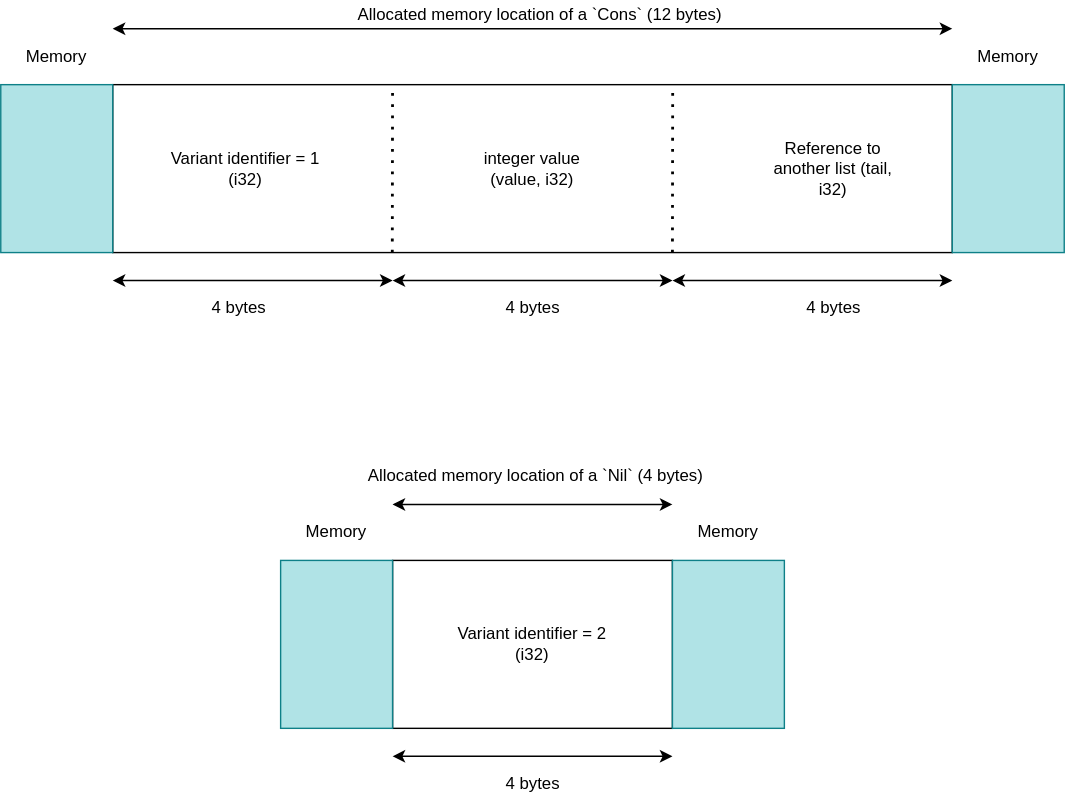
Earlier version of the draw.io export docs/img/memory_example_list.svg (balacij/CS6TB3-Final-Project). Source tidied: cells renumbered, new cells last; positions are measured from the earlier drawing's top-left corner, leaving out a move shared by most shapes.
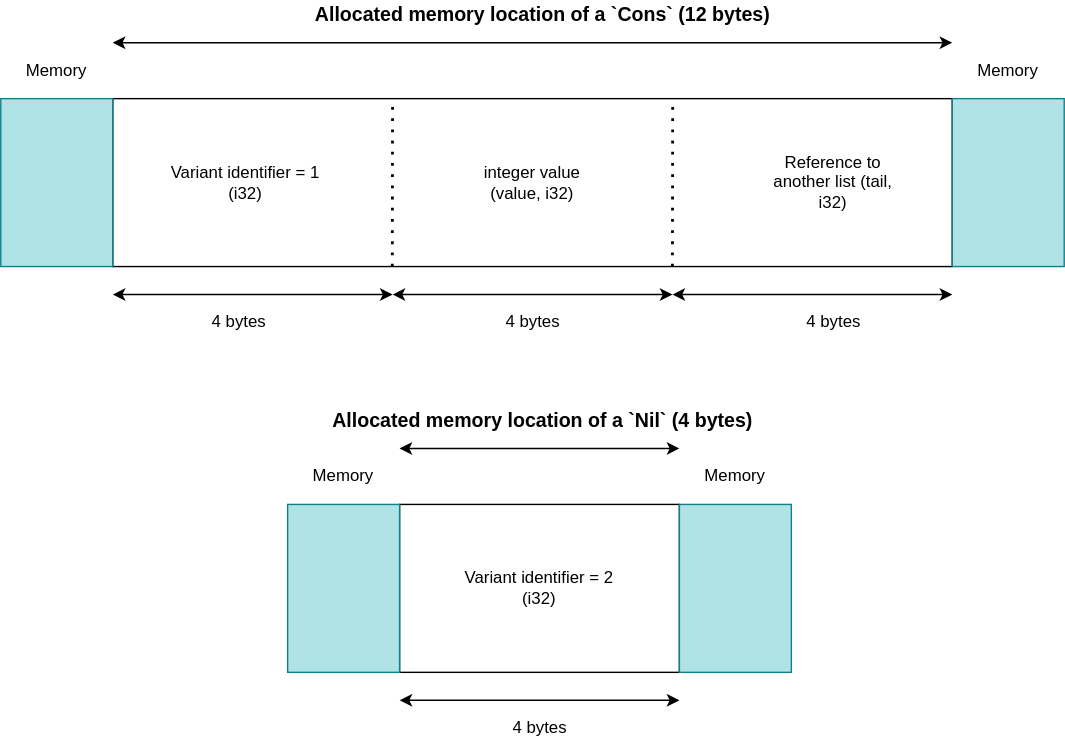
The same file after the commit.

Change to the diagram source:
```diff
@@ -32,8 +32,8 @@
         <mxPoint x="680" y="20" as="targetPoint" />
       </mxGeometry>
     </mxCell>
-    <mxCell id="10" value="Allocated memory location of a `Cons` (12 bytes)" style="text;html=1;strokeColor=none;fillColor=none;align=center;verticalAlign=middle;whiteSpace=wrap;rounded=0;" parent="1" vertex="1">
-      <mxGeometry x="233" width="305" height="20" as="geometry" />
+    <mxCell id="10" value="Allocated memory location of a `Cons` (12 bytes)" style="text;html=1;strokeColor=none;fillColor=none;align=center;verticalAlign=middle;whiteSpace=wrap;rounded=0;fontSize=14;fontStyle=1;" parent="1" vertex="1">
+      <mxGeometry x="214" y="-10" width="347" height="20" as="geometry" />
     </mxCell>
     <mxCell id="11" style="endArrow=classic;startArrow=classic;html=1;" parent="1" edge="1">
       <mxGeometry relative="1" as="geometry">
@@ -45,40 +45,40 @@
       <mxGeometry x="120" y="90" width="110" height="60" as="geometry" />
     </mxCell>
     <mxCell id="13" style="rounded=0;whiteSpace=wrap;html=1;" parent="1" vertex="1">
-      <mxGeometry x="280" y="400" width="200" height="120" as="geometry" />
+      <mxGeometry x="285" y="350" width="200" height="120" as="geometry" />
     </mxCell>
     <mxCell id="14" style="rounded=0;whiteSpace=wrap;html=1;fillColor=#b0e3e6;strokeColor=#0e8088;" parent="1" vertex="1">
-      <mxGeometry x="200" y="400" width="80" height="120" as="geometry" />
+      <mxGeometry x="205" y="350" width="80" height="120" as="geometry" />
     </mxCell>
     <mxCell id="15" style="rounded=0;whiteSpace=wrap;html=1;fillColor=#b0e3e6;strokeColor=#0e8088;" parent="1" vertex="1">
-      <mxGeometry x="480" y="400" width="80" height="120" as="geometry" />
+      <mxGeometry x="485" y="350" width="80" height="120" as="geometry" />
     </mxCell>
     <mxCell id="16" value="Memory" style="text;html=1;strokeColor=none;fillColor=none;align=center;verticalAlign=middle;whiteSpace=wrap;rounded=0;" parent="1" vertex="1">
-      <mxGeometry x="220" y="370" width="40" height="20" as="geometry" />
+      <mxGeometry x="225" y="320" width="40" height="20" as="geometry" />
     </mxCell>
     <mxCell id="17" value="Memory" style="text;html=1;strokeColor=none;fillColor=none;align=center;verticalAlign=middle;whiteSpace=wrap;rounded=0;" parent="1" vertex="1">
-      <mxGeometry x="500" y="370" width="40" height="20" as="geometry" />
+      <mxGeometry x="505" y="320" width="40" height="20" as="geometry" />
     </mxCell>
     <mxCell id="18" style="endArrow=classic;startArrow=classic;html=1;" parent="1" edge="1">
       <mxGeometry relative="1" as="geometry">
-        <mxPoint x="280" y="540" as="sourcePoint" />
-        <mxPoint x="480" y="540" as="targetPoint" />
+        <mxPoint x="285" y="490" as="sourcePoint" />
+        <mxPoint x="485" y="490" as="targetPoint" />
       </mxGeometry>
     </mxCell>
     <mxCell id="19" value="4 bytes" style="text;html=1;align=center;verticalAlign=middle;strokeColor=none;" parent="1" vertex="1">
-      <mxGeometry x="355" y="550" width="50" height="20" as="geometry" />
+      <mxGeometry x="360" y="500" width="50" height="20" as="geometry" />
     </mxCell>
     <mxCell id="20" style="endArrow=classic;startArrow=classic;html=1;" parent="1" edge="1">
       <mxGeometry relative="1" as="geometry">
-        <mxPoint x="280" y="360" as="sourcePoint" />
-        <mxPoint x="480" y="360" as="targetPoint" />
+        <mxPoint x="285" y="310" as="sourcePoint" />
+        <mxPoint x="485" y="310" as="targetPoint" />
       </mxGeometry>
     </mxCell>
-    <mxCell id="21" value="Allocated memory location of a `Nil` (4 bytes)" style="text;html=1;strokeColor=none;fillColor=none;align=center;verticalAlign=middle;whiteSpace=wrap;rounded=0;" parent="1" vertex="1">
-      <mxGeometry x="230" y="330" width="305" height="20" as="geometry" />
+    <mxCell id="21" value="Allocated memory location of a `Nil` (4 bytes)" style="text;html=1;strokeColor=none;fillColor=none;align=center;verticalAlign=middle;whiteSpace=wrap;rounded=0;fontSize=14;fontStyle=1;" parent="1" vertex="1">
+      <mxGeometry x="235" y="280" width="305" height="20" as="geometry" />
     </mxCell>
     <mxCell id="22" value="Variant identifier = 2&lt;br&gt;(i32)" style="text;html=1;strokeColor=none;fillColor=none;align=center;verticalAlign=middle;whiteSpace=wrap;rounded=0;" parent="1" vertex="1">
-      <mxGeometry x="300" y="430" width="160" height="60" as="geometry" />
+      <mxGeometry x="305" y="380" width="160" height="60" as="geometry" />
     </mxCell>
     <mxCell id="23" style="endArrow=classic;startArrow=classic;html=1;" parent="1" edge="1">
       <mxGeometry relative="1" as="geometry">
```
